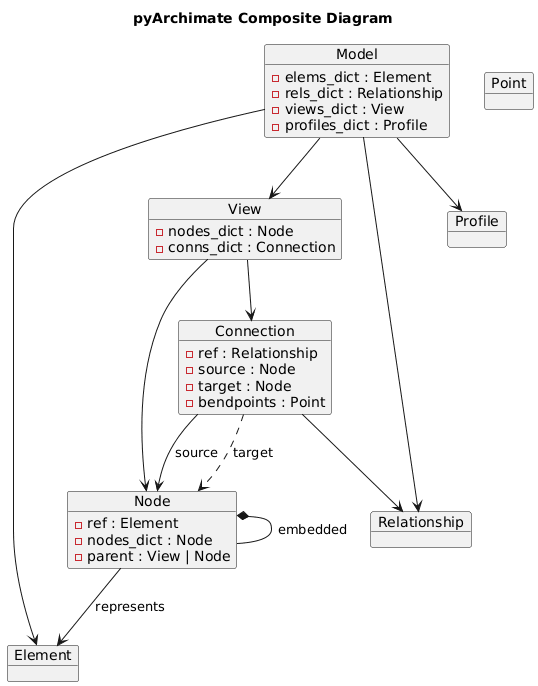
Above: docs/diagrams/composite.png in pyArchimate/pyArchimate (PlantUML), before the change.
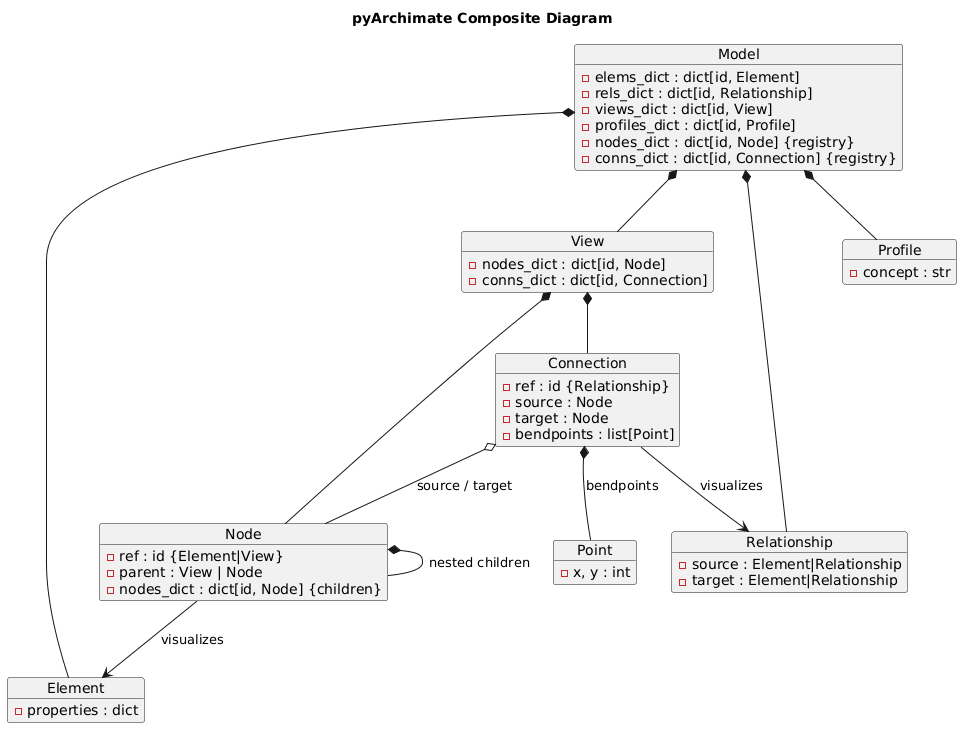
After the change.

Change to the diagram source:
```diff
@@ -2,39 +2,61 @@
 title pyArchimate Composite Diagram
 
 object Model {
-  - elems_dict : Element
-  - rels_dict : Relationship
-  - views_dict : View
-  - profiles_dict : Profile
+  - elems_dict : dict[id, Element]
+  - rels_dict : dict[id, Relationship]
+  - views_dict : dict[id, View]
+  - profiles_dict : dict[id, Profile]
+  - nodes_dict : dict[id, Node] {registry}
+  - conns_dict : dict[id, Connection] {registry}
 }
-object Element
-object Relationship
-object Profile
+
+object Element {
+  - properties : dict
+}
+
+object Relationship {
+  - source : Element|Relationship
+  - target : Element|Relationship
+}
+
+object Profile {
+  - concept : str
+}
+
 object View {
-  - nodes_dict : Node
-  - conns_dict : Connection
+  - nodes_dict : dict[id, Node]
+  - conns_dict : dict[id, Connection]
 }
+
 object Node {
-  - ref : Element
-  - nodes_dict : Node
+  - ref : id {Element|View}
   - parent : View | Node
+  - nodes_dict : dict[id, Node] {children}
 }
+
 object Connection {
-  - ref : Relationship
+  - ref : id {Relationship}
   - source : Node
   - target : Node
-  - bendpoints : Point
+  - bendpoints : list[Point]
 }
-object Point
-Model --> Element
-Model --> Relationship
-Model --> View
-Model --> Profile
-View --> Node
-View --> Connection
-Node --> Element : represents
-Node *-- Node : embedded
-Connection --> Relationship
-Connection --> Node : source
-Connection ..> Node : target
+
+object Point {
+  - x, y : int
+}
+
+Model *-- Element
+Model *-- Relationship
+Model *-- View
+Model *-- Profile
+
+View *-- Node
+View *-- Connection
+
+Node --> Element : visualizes
+Node *-- Node : nested children
+
+Connection --> Relationship : visualizes
+Connection o-- Node : source / target
+Connection *-- Point : bendpoints
 @enduml
```
